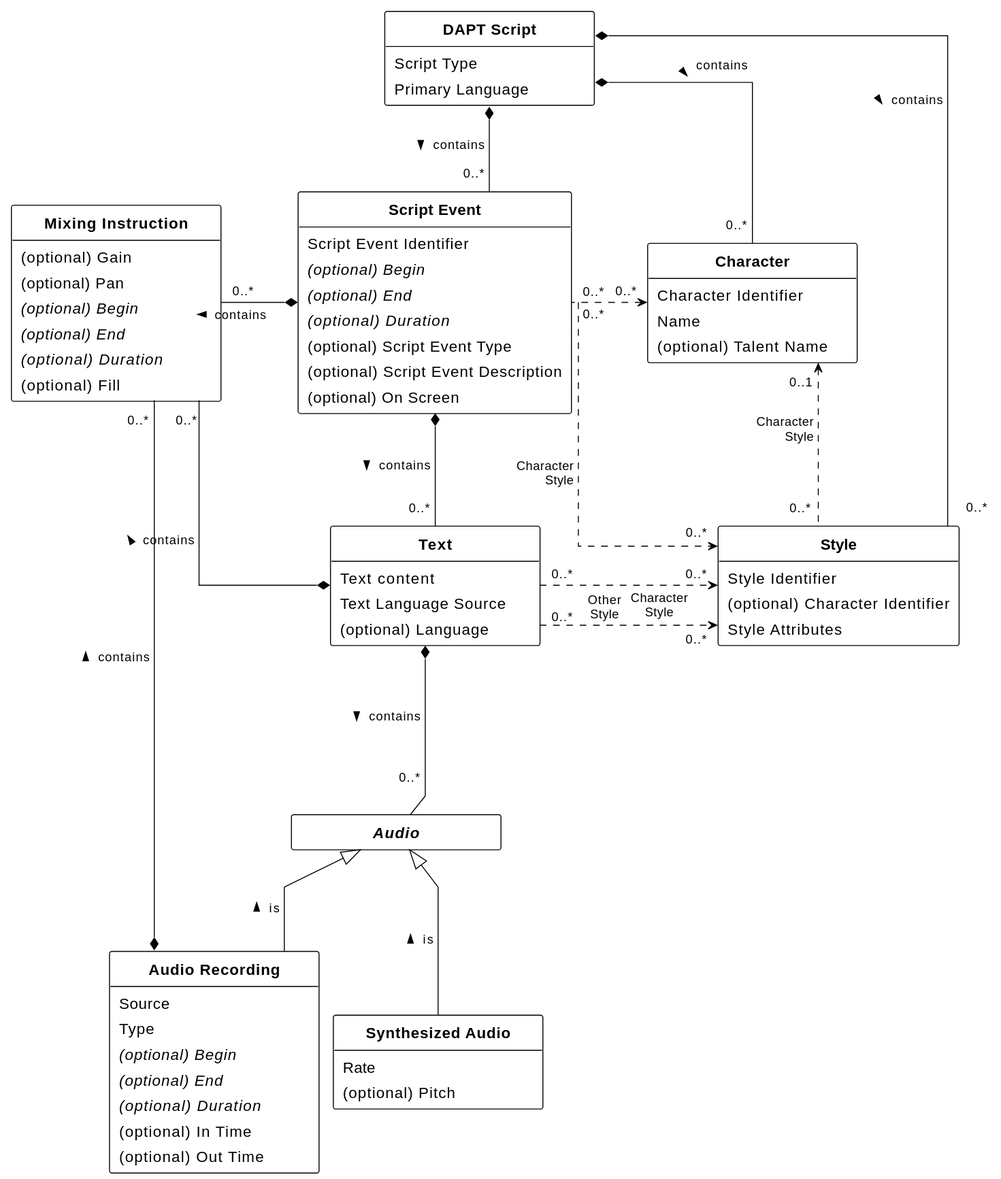
The PlantUML diagram figures/class-diagram.svg in w3c/dapt, before a commit.
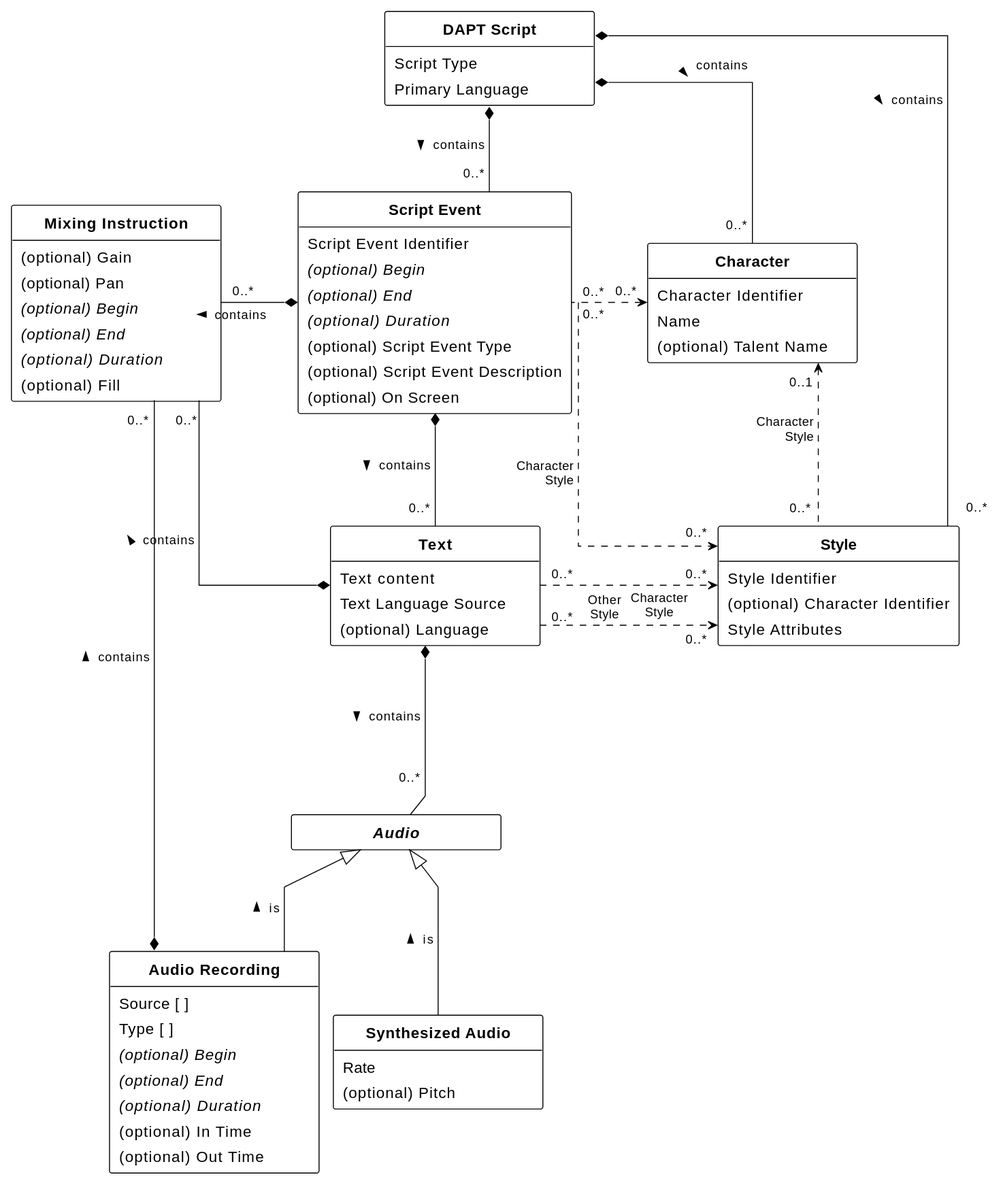
After the commit.

Commit message:
Show Source as an array not one property value

What changed in the source:
```diff
@@ -57,8 +57,8 @@
     }
 
     Class AudioRecording as "**Audio Recording**" [[#dfn-audio-recording]] {
-        Source [[[#dfn-source]]]
-        Type [[[#dfn-type]]]
+        Source [ ] [[[#dfn-source]]]
+        Type [ ] [[[#dfn-type]]]
         {field} {abstract} (optional) Begin [[[#dfn-begin]]]
         {field} {abstract} (optional) End [[[#dfn-end]]]
         {field} {abstract} (optional) Duration [[[#dfn-duration]]]
```
